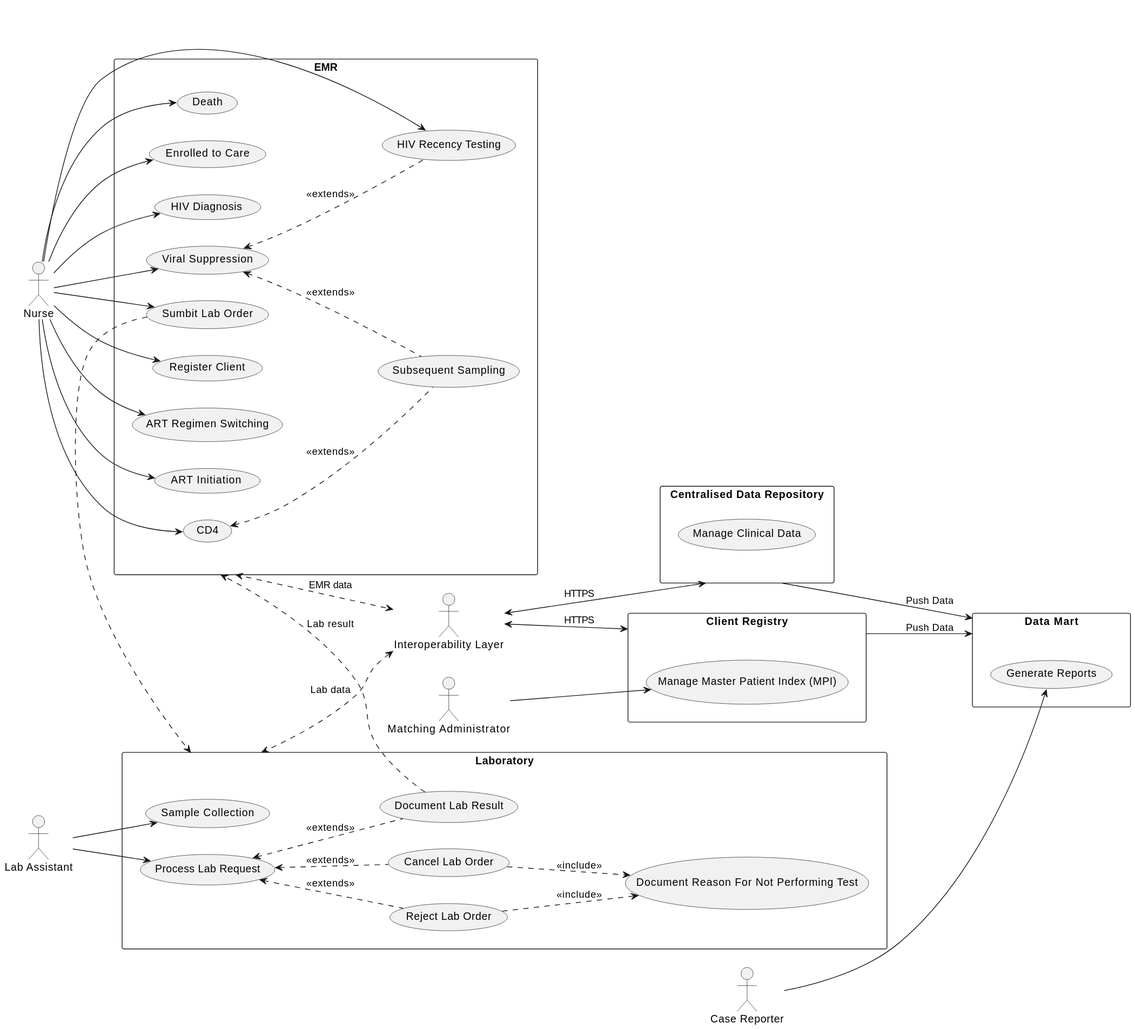
Earlier version of the PlantUML export input/includes/UseCaseDiagram.svg (openhie/HIV-CBS).
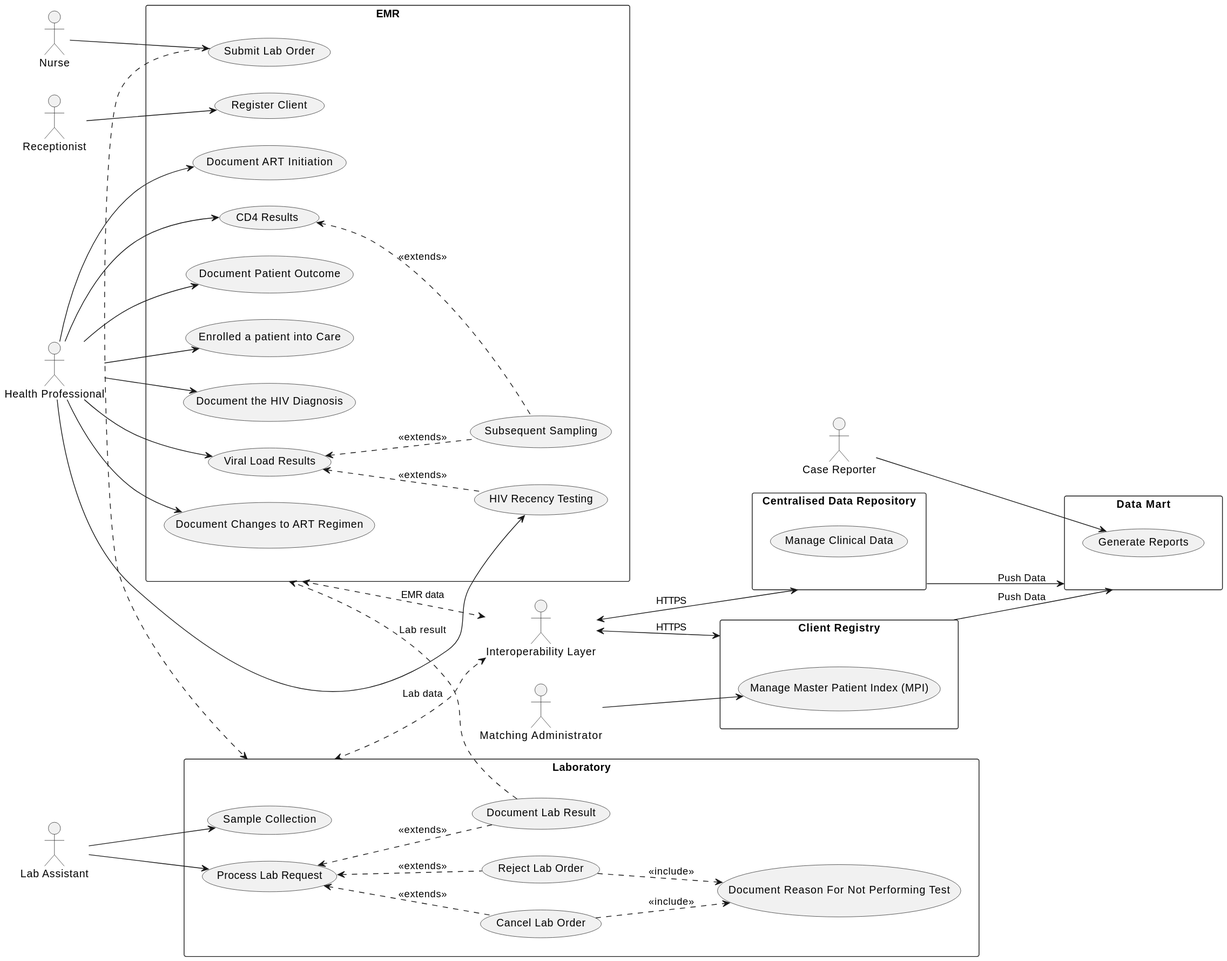
After the change.

Change to the diagram source:
```diff
@@ -1,30 +1,32 @@
 @startuml UseCaseDiagram
 left to right direction
 actor "Nurse" as nurse
+actor "Receptionist" as receptionist
+actor "Health Professional" as professional
 rectangle EMR {
   usecase "Register Client" as UC1
-  usecase "ART Regimen Switching" as UC2
-  usecase "ART Initiation" as UC3
-  usecase "CD4" as UC4
-  usecase "Death" as UC5
-  usecase "Enrolled to Care" as UC6
-  usecase "HIV Diagnosis" as UC7
-  usecase "Viral Suppression" as UC8
+  usecase "Document Changes to ART Regimen" as UC2
+  usecase "Document ART Initiation" as UC3
+  usecase "CD4 Results" as UC4
+  usecase "Document Patient Outcome" as UC5
+  usecase "Enrolled a patient into Care" as UC6
+  usecase "Document the HIV Diagnosis" as UC7
+  usecase "Viral Load Results" as UC8
   usecase "Subsequent Sampling" as UC9
-  usecase "Sumbit Lab Order" as UC10
+  usecase "Submit Lab Order" as UC10
   usecase "HIV Recency Testing" as UC11
 }
 
-nurse --> UC1
-nurse --> UC2
-nurse --> UC3
-nurse --> UC4
-nurse --> UC5
-nurse --> UC6
-nurse --> UC7
-nurse --> UC8
+receptionist --> UC1
+professional --> UC2
+professional --> UC3
+professional --> UC4
+professional --> UC5
+professional --> UC6
+professional --> UC7
+professional --> UC8
 nurse --> UC10
-nurse --> UC11
+professional --> UC11
 
 (UC4) <.. (UC9) : "<<extends>>"
 (UC8) <.. (UC9) : "<<extends>>"
```
